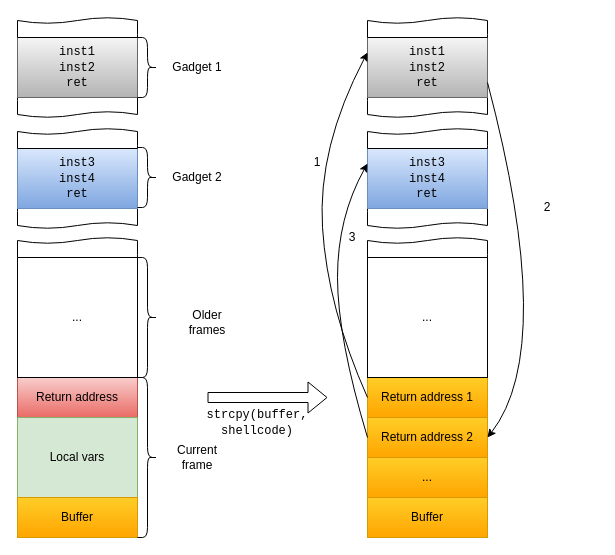
The draw.io diagram CppZeroCost/2025/diagrams/ROP.drawio in yugr/slides, before the edit. Source tidied: cells renumbered, new cells numbered last; positions are measured from the earlier drawing's top-left corner, leaving out a move shared by most shapes. Both pictures are drawn from the tidied source at 100%, with x=0, y=0 at pixel (17, 17).
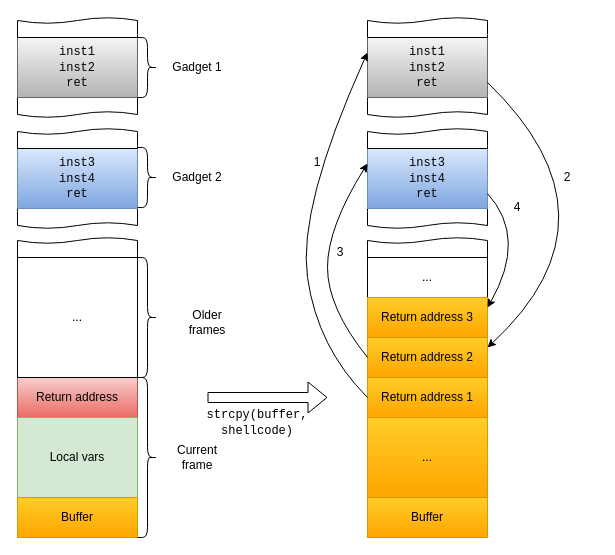
After the change.

Unchanged cells that the change refers to:
```xml
<mxCell id="27" value="&lt;div&gt;&lt;font face=&quot;Courier New&quot;&gt;inst3&lt;/font&gt;&lt;/div&gt;&lt;div&gt;&lt;font face=&quot;Courier New&quot;&gt;inst4&lt;/font&gt;&lt;/div&gt;&lt;div&gt;&lt;font face=&quot;Courier New&quot;&gt;ret&lt;/font&gt;&lt;/div&gt;" style="rounded=0;whiteSpace=wrap;html=1;fillColor=#dae8fc;gradientColor=#7ea6e0;strokeColor=#6c8ebf;" parent="1" vertex="1">
  <mxGeometry x="350" y="131" width="120" height="60" as="geometry" />
</mxCell>
<mxCell id="30" value="&lt;div&gt;&lt;font face=&quot;Courier New&quot;&gt;inst1&lt;/font&gt;&lt;/div&gt;&lt;div&gt;&lt;font face=&quot;Courier New&quot;&gt;inst2&lt;/font&gt;&lt;/div&gt;&lt;div&gt;&lt;font face=&quot;Courier New&quot;&gt;ret&lt;/font&gt;&lt;/div&gt;" style="rounded=0;whiteSpace=wrap;html=1;fillColor=#f5f5f5;gradientColor=#b3b3b3;strokeColor=#666666;" parent="1" vertex="1">
  <mxGeometry x="350" y="20" width="120" height="60" as="geometry" />
</mxCell>
```

Change to the diagram source:
```diff
@@
-    <mxCell id="21" value="Return address 1" style="rounded=0;whiteSpace=wrap;html=1;fillColor=#ffcd28;gradientColor=#ffa500;strokeColor=#d79b00;" parent="1" vertex="1">
-      <mxGeometry x="350" y="360" width="120" height="40" as="geometry" />
+    <mxCell id="21" value="Return address 2" style="rounded=0;whiteSpace=wrap;html=1;fillColor=#ffcd28;gradientColor=#ffa500;strokeColor=#d79b00;" parent="1" vertex="1">
+      <mxGeometry x="350" y="320" width="120" height="40" as="geometry" />
     </mxCell>
     <mxCell id="22" value="..." style="rounded=0;whiteSpace=wrap;html=1;fillColor=#ffcd28;strokeColor=#d79b00;gradientColor=#ffa500;" parent="1" vertex="1">
-      <mxGeometry x="350" y="440" width="120" height="40" as="geometry" />
+      <mxGeometry x="350" y="400" width="120" height="80" as="geometry" />
     </mxCell>
@@
     <mxCell id="24" value="..." style="rounded=0;whiteSpace=wrap;html=1;" parent="1" vertex="1">
-      <mxGeometry x="350" y="240" width="120" height="120" as="geometry" />
+      <mxGeometry x="350" y="240" width="120" height="40" as="geometry" />
     </mxCell>
@@
-    <mxCell id="34" value="Return address 2" style="rounded=0;whiteSpace=wrap;html=1;fillColor=#ffcd28;gradientColor=#ffa500;strokeColor=#d79b00;" parent="1" vertex="1">
-      <mxGeometry x="350" y="400" width="120" height="40" as="geometry" />
+    <mxCell id="34" value="Return address 1" style="rounded=0;whiteSpace=wrap;html=1;fillColor=#ffcd28;gradientColor=#ffa500;strokeColor=#d79b00;" parent="1" vertex="1">
+      <mxGeometry x="350" y="360" width="120" height="40" as="geometry" />
     </mxCell>
-    <mxCell id="35" style="curved=1;endArrow=classic;html=1;rounded=0;exitX=0;exitY=0.5;exitDx=0;exitDy=0;entryX=0;entryY=0.25;entryDx=0;entryDy=0;" parent="1" edge="1" source="21" target="30">
+    <mxCell id="35" style="curved=1;endArrow=classic;html=1;rounded=0;entryX=0;entryY=0.25;entryDx=0;entryDy=0;" parent="1" edge="1" target="27">
       <mxGeometry relative="1" as="geometry">
+        <mxPoint x="350" y="340" as="sourcePoint" />
         <Array as="points">
           <mxPoint x="310" y="290" />
-          <mxPoint x="300" y="130" />
+          <mxPoint x="310" y="210" />
         </Array>
       </mxGeometry>
     </mxCell>
-    <mxCell id="36" style="curved=1;endArrow=classic;html=1;rounded=0;exitX=1;exitY=0.75;exitDx=0;exitDy=0;entryX=1;entryY=0.5;entryDx=0;entryDy=0;" parent="1" edge="1" source="30" target="34">
+    <mxCell id="36" style="curved=1;endArrow=classic;html=1;rounded=0;exitX=1;exitY=0.75;exitDx=0;exitDy=0;entryX=1;entryY=0.25;entryDx=0;entryDy=0;" parent="1" edge="1" source="30" target="21">
       <mxGeometry relative="1" as="geometry">
         <Array as="points">
-          <mxPoint x="540" y="330" />
+          <mxPoint x="610" y="200" />
         </Array>
       </mxGeometry>
     </mxCell>
-    <mxCell id="37" style="curved=1;endArrow=classic;html=1;rounded=0;exitX=0;exitY=0.5;exitDx=0;exitDy=0;entryX=0;entryY=0.25;entryDx=0;entryDy=0;" parent="1" edge="1" source="34" target="27">
+    <mxCell id="37" style="curved=1;endArrow=classic;html=1;rounded=0;exitX=0;exitY=0.5;exitDx=0;exitDy=0;entryX=0;entryY=0.25;entryDx=0;entryDy=0;" parent="1" edge="1" source="34" target="30">
       <mxGeometry relative="1" as="geometry">
         <Array as="points">
-          <mxPoint x="320" y="320" />
-          <mxPoint x="320" y="200" />
+          <mxPoint x="300" y="330" />
+          <mxPoint x="280" y="190" />
         </Array>
       </mxGeometry>
     </mxCell>
@@
     <mxCell id="39" value="2" style="text;html=1;align=center;verticalAlign=middle;whiteSpace=wrap;rounded=0;" parent="1" vertex="1">
-      <mxGeometry x="500" y="175" width="60" height="30" as="geometry" />
+      <mxGeometry x="520" y="145" width="60" height="30" as="geometry" />
     </mxCell>
     <mxCell id="40" value="3" style="text;html=1;align=center;verticalAlign=middle;whiteSpace=wrap;rounded=0;" parent="1" vertex="1">
-      <mxGeometry x="305" y="205" width="60" height="30" as="geometry" />
+      <mxGeometry x="293" y="220" width="60" height="30" as="geometry" />
     </mxCell>
+    <mxCell id="41" value="Return address 3" style="rounded=0;whiteSpace=wrap;html=1;fillColor=#ffcd28;gradientColor=#ffa500;strokeColor=#d79b00;" parent="1" vertex="1">
+      <mxGeometry x="350" y="280" width="120" height="40" as="geometry" />
+    </mxCell>
+    <mxCell id="42" style="curved=1;endArrow=classic;html=1;rounded=0;exitX=1;exitY=0.75;exitDx=0;exitDy=0;entryX=1;entryY=0.25;entryDx=0;entryDy=0;" parent="1" edge="1" source="27" target="41">
+      <mxGeometry relative="1" as="geometry">
+        <Array as="points">
+          <mxPoint x="510" y="220" />
+        </Array>
+      </mxGeometry>
+    </mxCell>
+    <mxCell id="43" value="4" style="text;html=1;align=center;verticalAlign=middle;whiteSpace=wrap;rounded=0;" parent="1" vertex="1">
+      <mxGeometry x="470" y="175" width="60" height="30" as="geometry" />
+    </mxCell>
```
